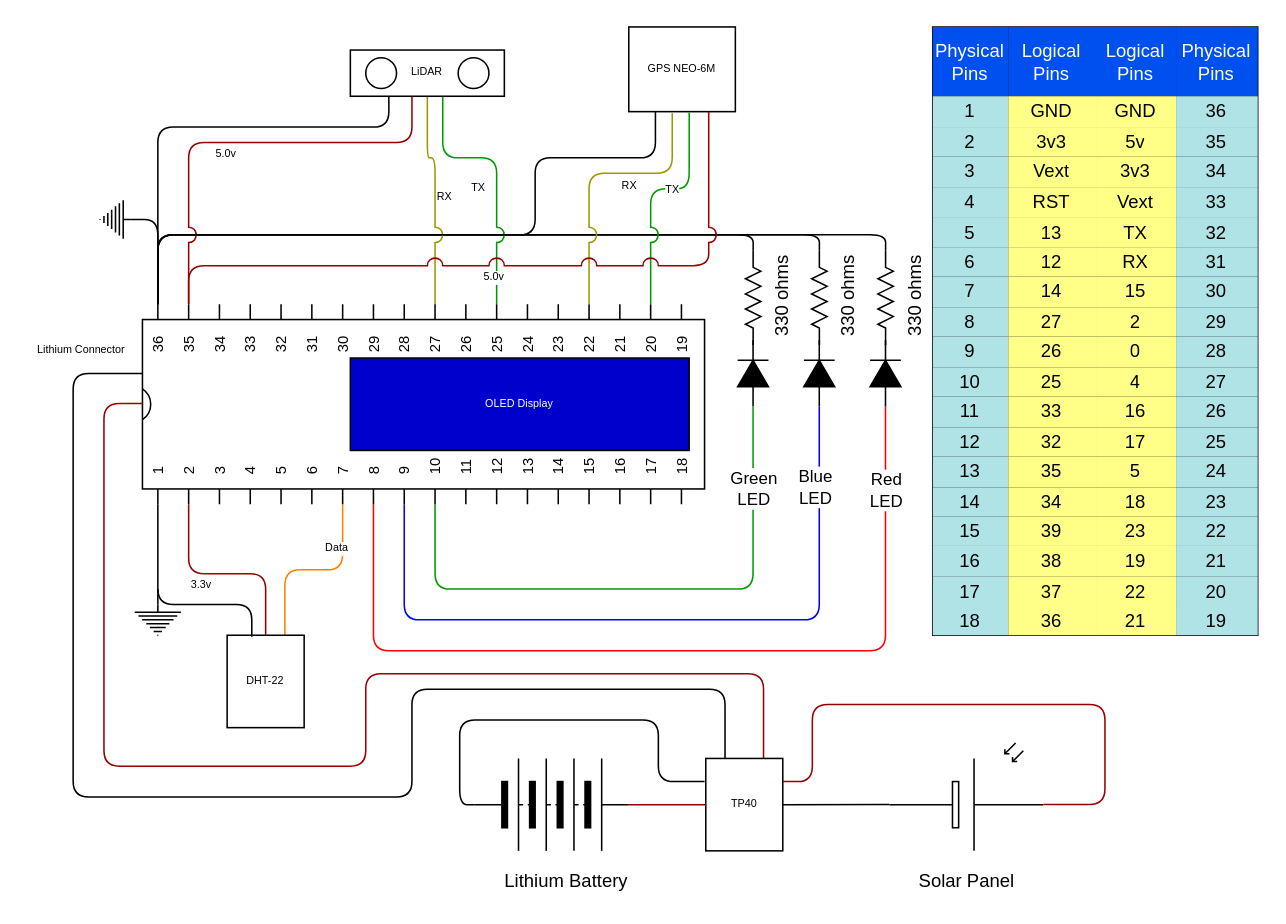
gbd77rc/esp32-iot-x509 keeps this draw.io diagram as page "Circuit Diagram" (3 of 3) of docs/images/esp-startup.drawio. Above is the earlier version. Source tidied: cells renumbered, new cells numbered last; positions are measured from the earlier drawing's top-left corner, leaving out a move shared by most shapes. Both pictures are drawn from the tidied source at 154%, with x=0, y=0 at pixel (26, 26).
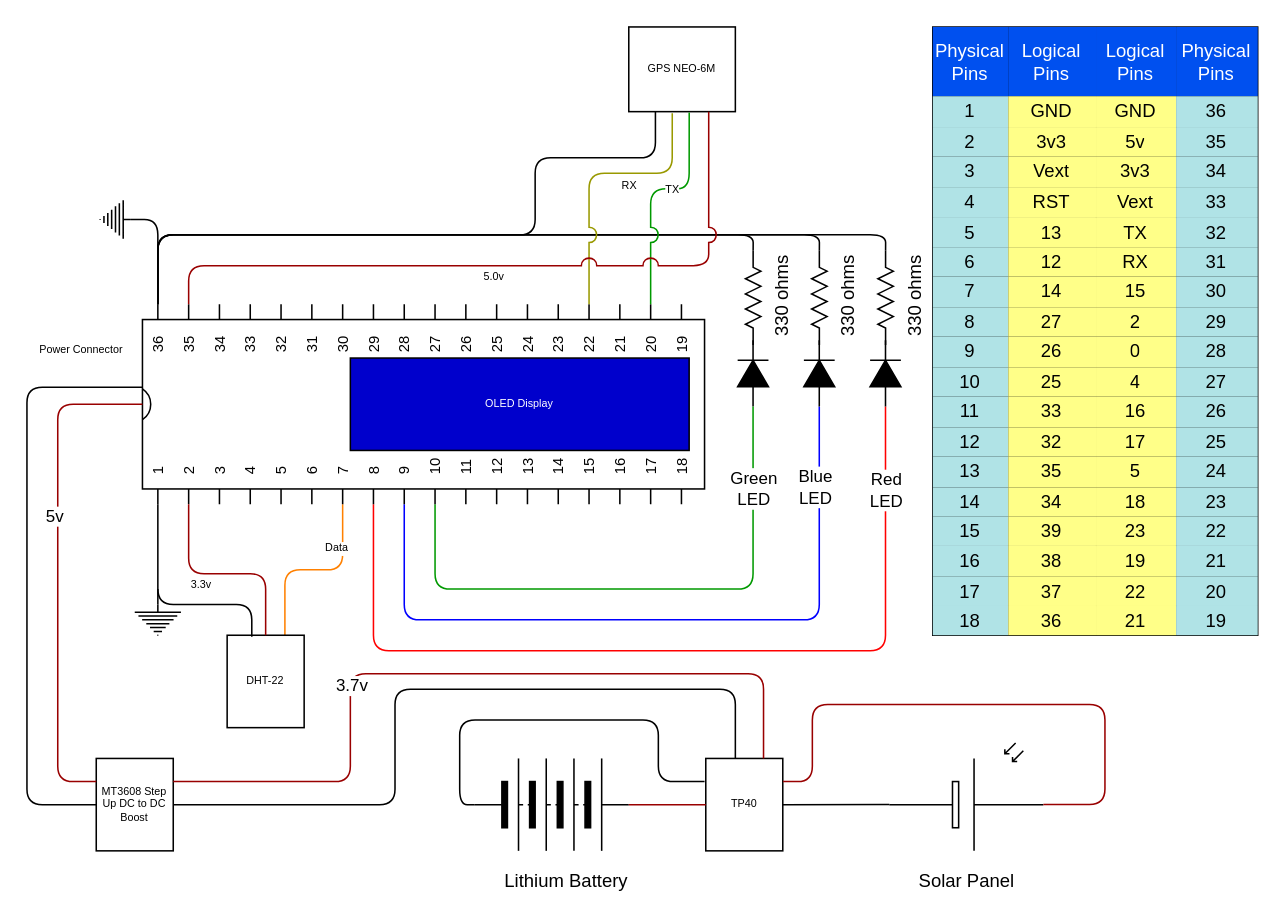
After the change.

Unchanged cells that the change refers to:
```xml
<mxCell id="20" value="&lt;span style=&quot;font-size: 6px&quot;&gt;ESP32&lt;br&gt;&lt;/span&gt;" style="shadow=0;dashed=0;align=center;html=1;strokeWidth=1;shape=mxgraph.electrical.logic_gates.dual_inline_ic;labelNames=a,b,c,d,e,f,g,h,i,j,k,l,m,n,o,p,q,r,s,t;rotation=-90;" parent="1" vertex="1">
  <mxGeometry x="192.5" y="62.5" width="130" height="365" as="geometry" />
</mxCell>
<mxCell id="151" value="TP40" style="rounded=0;whiteSpace=wrap;html=1;fillColor=#FFFFFF;fontSize=7;fontColor=#000000;" parent="1" vertex="1">
  <mxGeometry x="440.8" y="475" width="50" height="60" as="geometry" />
</mxCell>
```

The edit, as a diff of the source:
```diff
@@
-    <mxCell id="2" style="edgeStyle=orthogonalEdgeStyle;rounded=1;jettySize=auto;html=1;endArrow=none;endFill=0;strokeColor=#000000;exitX=0.25;exitY=0;exitDx=0;exitDy=0;" parent="1" edge="1" source="151" target="20">
-      <mxGeometry relative="1" as="geometry">
-        <Array as="points">
-          <mxPoint x="453" y="430" />
-          <mxPoint x="250" y="430" />
-          <mxPoint x="250" y="500" />
-          <mxPoint x="30" y="500" />
-          <mxPoint x="30" y="225" />
-          <mxPoint x="90" y="225" />
-          <mxPoint x="90" y="245" />
-        </Array>
-      </mxGeometry>
-    </mxCell>
@@
-    <mxCell id="16" style="edgeStyle=orthogonalEdgeStyle;rounded=1;jumpStyle=arc;jumpSize=10;jettySize=auto;html=1;exitX=1;exitY=0;exitDx=0;exitDy=190;exitPerimeter=0;entryX=0.5;entryY=1;entryDx=0;entryDy=0;startSize=4;endArrow=none;endFill=0;endSize=4;strokeColor=#999900;fontSize=7;fontColor=#000000;" parent="1" edge="1" source="20" target="43">
-      <mxGeometry relative="1" as="geometry">
-        <Array as="points">
-          <mxPoint x="265" y="85" />
-          <mxPoint x="260" y="85" />
-        </Array>
-      </mxGeometry>
-    </mxCell>
-    <mxCell id="17" value="RX" style="text;html=1;align=center;verticalAlign=middle;labelBackgroundColor=#ffffff;fontSize=7;fontColor=#000000;" parent="16" vertex="1">
-      <mxGeometry x="0.17" y="2" relative="1" as="geometry">
-        <mxPoint x="7" y="12.5" as="offset" />
-      </mxGeometry>
-    </mxCell>
-    <mxCell id="18" style="edgeStyle=orthogonalEdgeStyle;rounded=1;jumpStyle=arc;jumpSize=10;jettySize=auto;html=1;exitX=1;exitY=0;exitDx=0;exitDy=230;exitPerimeter=0;startSize=4;endArrow=none;endFill=0;endSize=4;strokeColor=#009900;fontSize=7;fontColor=#000000;" parent="1" edge="1" source="20" target="43">
-      <mxGeometry relative="1" as="geometry">
-        <Array as="points">
-          <mxPoint x="305" y="85" />
-          <mxPoint x="270" y="85" />
-        </Array>
-      </mxGeometry>
-    </mxCell>
-    <mxCell id="19" value="TX" style="text;html=1;align=center;verticalAlign=middle;labelBackgroundColor=#ffffff;fontSize=7;fontColor=#000000;" parent="18" vertex="1">
-      <mxGeometry x="0.23" y="2" relative="1" as="geometry">
-        <mxPoint x="-3" y="17" as="offset" />
-      </mxGeometry>
-    </mxCell>
@@
-    <mxCell id="25" style="edgeStyle=orthogonalEdgeStyle;rounded=1;jettySize=auto;html=1;entryX=0.504;entryY=0.001;entryDx=0;entryDy=0;entryPerimeter=0;endArrow=none;endFill=0;strokeColor=#990000;exitX=0.75;exitY=0;exitDx=0;exitDy=0;" parent="1" edge="1" source="151" target="20">
-      <mxGeometry relative="1" as="geometry">
-        <Array as="points">
-          <mxPoint x="478" y="420" />
-          <mxPoint x="220" y="420" />
-          <mxPoint x="220" y="480" />
-          <mxPoint x="50" y="480" />
-          <mxPoint x="50" y="245" />
-        </Array>
-      </mxGeometry>
-    </mxCell>
@@
-    <mxCell id="28" value="Lithium Connector" style="text;html=1;align=center;verticalAlign=middle;fontSize=7;" parent="1" vertex="1">
+    <mxCell id="28" value="Power Connector" style="text;html=1;align=center;verticalAlign=middle;fontSize=7;" parent="1" vertex="1">
       <mxGeometry y="205" width="70" height="10" as="geometry" />
     </mxCell>
@@
-    <mxCell id="38" style="endArrow=none;html=1;strokeColor=#990000;fontSize=7;fontColor=#000000;entryX=1;entryY=0;entryDx=0;entryDy=30;entryPerimeter=0;rounded=1;edgeStyle=orthogonalEdgeStyle;jumpStyle=arc;jumpSize=10;" parent="1" edge="1" source="43" target="20">
-      <mxGeometry relative="1" as="geometry">
-        <Array as="points">
-          <mxPoint x="250" y="75" />
-          <mxPoint x="105" y="75" />
-        </Array>
-      </mxGeometry>
-    </mxCell>
-    <mxCell id="39" value="5.0v" style="text;html=1;align=center;verticalAlign=middle;labelBackgroundColor=#ffffff;fontSize=7;fontColor=#000000;" parent="38" vertex="1">
-      <mxGeometry x="-0.04" y="7" relative="1" as="geometry">
-        <mxPoint x="-18" as="offset" />
-      </mxGeometry>
-    </mxCell>
-    <mxCell id="40" style="endArrow=none;html=1;strokeColor=#000000;fontSize=7;fontColor=#000000;exitX=0.25;exitY=1;exitDx=0;exitDy=0;labelBorderColor=#000000;edgeStyle=orthogonalEdgeStyle;endSize=4;startSize=4;jumpSize=0;rounded=1;entryX=1;entryY=0;entryDx=0;entryDy=10;entryPerimeter=0;" parent="1" edge="1" source="43" target="20">
-      <mxGeometry relative="1" as="geometry">
-        <Array as="points">
-          <mxPoint x="235" y="65" />
-          <mxPoint x="85" y="65" />
-        </Array>
-      </mxGeometry>
-    </mxCell>
@@
-    <mxCell id="42" style="group;" parent="1" vertex="1">
-      <mxGeometry x="210" y="15" width="100" height="30" as="geometry" />
-    </mxCell>
-    <mxCell id="43" value="LiDAR" style="rounded=0;whiteSpace=wrap;html=1;fillColor=#FFFFFF;fontSize=7;fontColor=#000000;" parent="42" vertex="1">
-      <mxGeometry width="100" height="30" as="geometry" />
-    </mxCell>
-    <mxCell id="44" style="ellipse;whiteSpace=wrap;html=1;fillColor=#FFFFFF;fontSize=7;fontColor=#000000;" parent="42" vertex="1">
-      <mxGeometry x="10" y="5" width="20" height="20" as="geometry" />
-    </mxCell>
-    <mxCell id="45" style="ellipse;whiteSpace=wrap;html=1;fillColor=#FFFFFF;fontSize=7;fontColor=#000000;" parent="42" vertex="1">
-      <mxGeometry x="70" y="5" width="20" height="20" as="geometry" />
-    </mxCell>
@@
+    <mxCell id="156" value="MT3608 Step Up DC to DC Boost" style="rounded=0;whiteSpace=wrap;html=1;fillColor=#FFFFFF;fontSize=7;fontColor=#000000;" parent="1" vertex="1">
+      <mxGeometry x="45" y="475" width="50" height="60" as="geometry" />
+    </mxCell>
+    <mxCell id="157" style="edgeStyle=orthogonalEdgeStyle;rounded=1;jettySize=auto;html=1;entryX=0.75;entryY=0;entryDx=0;entryDy=0;endArrow=none;endFill=0;strokeColor=#990000;exitX=1;exitY=0.25;exitDx=0;exitDy=0;" parent="1" edge="1" source="156" target="151">
+      <mxGeometry relative="1" as="geometry">
+        <Array as="points">
+          <mxPoint x="210" y="490" />
+          <mxPoint x="210" y="420" />
+          <mxPoint x="478" y="420" />
+        </Array>
+      </mxGeometry>
+    </mxCell>
+    <mxCell id="158" value="3.7v" style="edgeLabel;html=1;align=center;verticalAlign=middle;" parent="157" vertex="1">
+      <mxGeometry x="-0.3" relative="1" as="geometry" />
+    </mxCell>
+    <mxCell id="159" style="edgeStyle=orthogonalEdgeStyle;rounded=1;jettySize=auto;html=1;endArrow=none;endFill=0;strokeColor=#000000;entryX=1;entryY=0.5;entryDx=0;entryDy=0;" parent="1" edge="1" source="151" target="156">
+      <mxGeometry relative="1" as="geometry">
+        <Array as="points">
+          <mxPoint x="460" y="430" />
+          <mxPoint x="239" y="430" />
+          <mxPoint x="239" y="505" />
+        </Array>
+      </mxGeometry>
+    </mxCell>
+    <mxCell id="160" style="edgeStyle=orthogonalEdgeStyle;rounded=1;jettySize=auto;html=1;entryX=0;entryY=0.25;entryDx=0;entryDy=0;endArrow=none;endFill=0;strokeColor=#990000;" parent="1" edge="1" source="20" target="156">
+      <mxGeometry relative="1" as="geometry">
+        <Array as="points">
+          <mxPoint x="20" y="245" />
+          <mxPoint x="20" y="490" />
+        </Array>
+      </mxGeometry>
+    </mxCell>
+    <mxCell id="161" value="5v" style="edgeLabel;html=1;align=center;verticalAlign=middle;" parent="160" vertex="1">
+      <mxGeometry x="-0.22" y="-3" relative="1" as="geometry" />
+    </mxCell>
+    <mxCell id="162" style="edgeStyle=orthogonalEdgeStyle;rounded=1;jettySize=auto;html=1;endArrow=none;endFill=0;strokeColor=#000000;exitX=0;exitY=0.5;exitDx=0;exitDy=0;" parent="1" edge="1" source="156">
+      <mxGeometry relative="1" as="geometry">
+        <mxPoint x="75" y="234" as="targetPoint" />
+        <Array as="points">
+          <mxPoint y="505" />
+          <mxPoint y="234" />
+        </Array>
+      </mxGeometry>
+    </mxCell>
```
